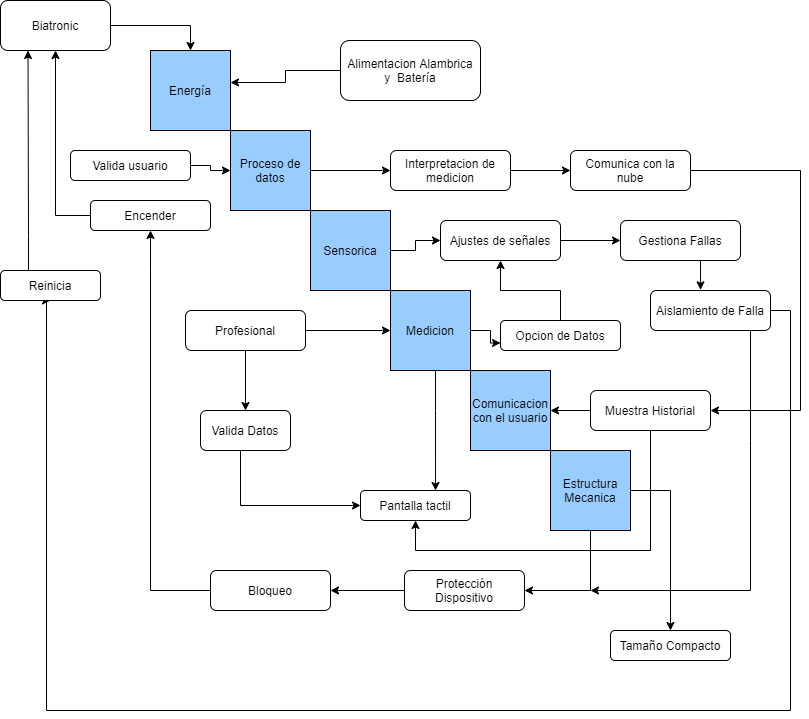
Above: segunda_fase/Arquitecturas de sistemas/Diagrama N2ChartSistemas.png in Angeloib98/BIATRONIC (draw.io), before the change. Source tidied: cells renumbered, new cells last; positions are measured from the earlier drawing's top-left corner, leaving out a move shared by most shapes.
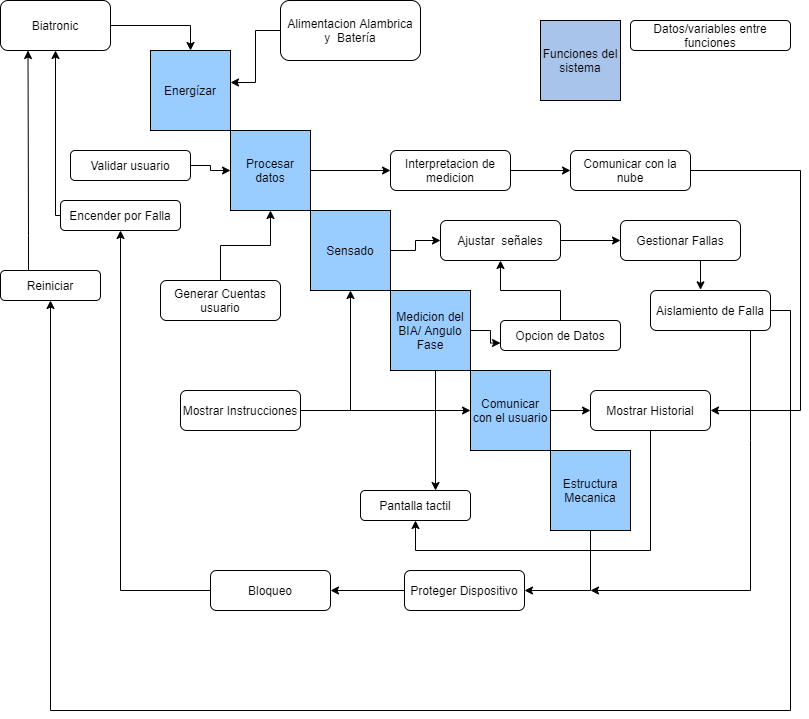
Above is the later version.

The edit, as a diff of the source:
```diff
@@ -2,19 +2,19 @@
   <root>
     <mxCell id="0" />
     <mxCell id="1" parent="0" />
-    <mxCell id="2" value="Energía" style="whiteSpace=wrap;html=1;fillColor=#99CCFF;" parent="1" vertex="1">
+    <mxCell id="2" value="Energízar" style="whiteSpace=wrap;html=1;fillColor=#99CCFF;" parent="1" vertex="1">
       <mxGeometry x="150" y="50" width="80" height="80" as="geometry" />
     </mxCell>
     <mxCell id="3" style="edgeStyle=orthogonalEdgeStyle;rounded=0;jettySize=auto;html=1;exitX=1;exitY=0.5;exitDx=0;exitDy=0;entryX=0;entryY=0.5;entryDx=0;entryDy=0;" parent="1" edge="1" source="4" target="28">
       <mxGeometry relative="1" as="geometry" />
     </mxCell>
-    <mxCell id="4" value="Proceso de datos" style="whiteSpace=wrap;html=1;fillColor=#99CCFF;" parent="1" vertex="1">
+    <mxCell id="4" value="Procesar datos" style="whiteSpace=wrap;html=1;fillColor=#99CCFF;" parent="1" vertex="1">
       <mxGeometry x="230" y="130" width="80" height="80" as="geometry" />
     </mxCell>
     <mxCell id="5" style="edgeStyle=orthogonalEdgeStyle;rounded=0;jettySize=auto;html=1;exitX=1;exitY=0.5;exitDx=0;exitDy=0;entryX=0;entryY=0.5;entryDx=0;entryDy=0;" parent="1" edge="1" source="6" target="22">
       <mxGeometry relative="1" as="geometry" />
     </mxCell>
-    <mxCell id="6" value="Sensorica" style="whiteSpace=wrap;html=1;fillColor=#99CCFF;" parent="1" vertex="1">
+    <mxCell id="6" value="Sensado" style="whiteSpace=wrap;html=1;fillColor=#99CCFF;" parent="1" vertex="1">
       <mxGeometry x="310" y="210" width="80" height="80" as="geometry" />
     </mxCell>
     <mxCell id="7" style="edgeStyle=orthogonalEdgeStyle;rounded=0;jettySize=auto;html=1;entryX=0;entryY=0.75;entryDx=0;entryDy=0;" parent="1" edge="1" source="9" target="37">
@@ -28,10 +28,13 @@
         </Array>
       </mxGeometry>
     </mxCell>
-    <mxCell id="9" value="Medicion" style="whiteSpace=wrap;html=1;fillColor=#99CCFF;" parent="1" vertex="1">
+    <mxCell id="9" value="Medicion del BIA/ Angulo Fase" style="whiteSpace=wrap;html=1;fillColor=#99CCFF;" parent="1" vertex="1">
       <mxGeometry x="390" y="290" width="80" height="80" as="geometry" />
     </mxCell>
+    <mxCell id="51" style="edgeStyle=orthogonalEdgeStyle;rounded=0;jettySize=auto;html=1;entryX=0;entryY=0.5;entryDx=0;entryDy=0;" parent="1" edge="1" source="10" target="42">
+      <mxGeometry relative="1" as="geometry" />
+    </mxCell>
-    <mxCell id="10" value="Comunicacion con el usuario" style="whiteSpace=wrap;html=1;fillColor=#99CCFF;" parent="1" vertex="1">
+    <mxCell id="10" value="Comunicar con el usuario" style="whiteSpace=wrap;html=1;fillColor=#99CCFF;" parent="1" vertex="1">
       <mxGeometry x="470" y="370" width="80" height="80" as="geometry" />
     </mxCell>
     <mxCell id="11" style="edgeStyle=orthogonalEdgeStyle;rounded=0;jettySize=auto;html=1;entryX=1;entryY=0.5;entryDx=0;entryDy=0;" parent="1" edge="1" source="13" target="45">
@@ -41,13 +44,6 @@
         </Array>
       </mxGeometry>
     </mxCell>
-    <mxCell id="12" style="edgeStyle=orthogonalEdgeStyle;rounded=0;jettySize=auto;html=1;entryX=0.5;entryY=0;entryDx=0;entryDy=0;" parent="1" edge="1" source="13" target="50">
-      <mxGeometry relative="1" as="geometry">
-        <Array as="points">
-          <mxPoint x="670" y="490" />
-        </Array>
-      </mxGeometry>
-    </mxCell>
     <mxCell id="13" value="Estructura Mecanica" style="whiteSpace=wrap;html=1;fillColor=#99CCFF;" parent="1" vertex="1">
       <mxGeometry x="550" y="450" width="80" height="80" as="geometry" />
     </mxCell>
@@ -57,41 +53,22 @@
     <mxCell id="15" value="Biatronic" style="rounded=1;whiteSpace=wrap;html=1;" parent="1" vertex="1">
       <mxGeometry width="110" height="50" as="geometry" />
     </mxCell>
-    <mxCell id="16" style="edgeStyle=orthogonalEdgeStyle;rounded=0;jettySize=auto;html=1;exitX=1;exitY=0.5;exitDx=0;exitDy=0;entryX=0;entryY=0.5;entryDx=0;entryDy=0;" parent="1" edge="1" source="18" target="9">
-      <mxGeometry relative="1" as="geometry" />
-    </mxCell>
-    <mxCell id="17" style="edgeStyle=orthogonalEdgeStyle;rounded=0;jettySize=auto;html=1;exitX=0.5;exitY=1;exitDx=0;exitDy=0;entryX=0.5;entryY=0;entryDx=0;entryDy=0;" parent="1" edge="1" source="18" target="20">
-      <mxGeometry relative="1" as="geometry" />
-    </mxCell>
-    <mxCell id="18" value="Profesional" style="rounded=1;whiteSpace=wrap;html=1;" parent="1" vertex="1">
-      <mxGeometry x="185" y="310" width="120" height="40" as="geometry" />
-    </mxCell>
-    <mxCell id="19" style="edgeStyle=orthogonalEdgeStyle;rounded=0;jettySize=auto;html=1;entryX=0;entryY=0.5;entryDx=0;entryDy=0;" parent="1" edge="1" source="20" target="43">
-      <mxGeometry relative="1" as="geometry">
-        <Array as="points">
-          <mxPoint x="240" y="505" />
-        </Array>
-      </mxGeometry>
-    </mxCell>
-    <mxCell id="20" value="Valida Datos" style="rounded=1;whiteSpace=wrap;html=1;" parent="1" vertex="1">
-      <mxGeometry x="200" y="410" width="90" height="40" as="geometry" />
-    </mxCell>
     <mxCell id="21" style="edgeStyle=orthogonalEdgeStyle;rounded=0;jettySize=auto;html=1;exitX=1;exitY=0.5;exitDx=0;exitDy=0;" parent="1" edge="1" source="22" target="32">
       <mxGeometry relative="1" as="geometry" />
     </mxCell>
-    <mxCell id="22" value="Ajustes de señales" style="rounded=1;whiteSpace=wrap;html=1;" parent="1" vertex="1">
+    <mxCell id="22" value="Ajustar&amp;nbsp; señales" style="rounded=1;whiteSpace=wrap;html=1;" parent="1" vertex="1">
       <mxGeometry x="440" y="220" width="120" height="40" as="geometry" />
     </mxCell>
     <mxCell id="23" style="edgeStyle=orthogonalEdgeStyle;rounded=0;jettySize=auto;html=1;entryX=1;entryY=0.4;entryDx=0;entryDy=0;entryPerimeter=0;" parent="1" edge="1" source="24" target="2">
       <mxGeometry relative="1" as="geometry" />
     </mxCell>
     <mxCell id="24" value="Alimentacion Alambrica y&amp;nbsp; Batería" style="rounded=1;whiteSpace=wrap;html=1;" parent="1" vertex="1">
-      <mxGeometry x="340" y="40" width="140" height="60" as="geometry" />
+      <mxGeometry x="280" width="140" height="60" as="geometry" />
     </mxCell>
     <mxCell id="25" style="edgeStyle=orthogonalEdgeStyle;rounded=0;jettySize=auto;html=1;entryX=0;entryY=0.5;entryDx=0;entryDy=0;" parent="1" edge="1" source="26" target="4">
       <mxGeometry relative="1" as="geometry" />
     </mxCell>
-    <mxCell id="26" value="Valida usuario" style="rounded=1;whiteSpace=wrap;html=1;" parent="1" vertex="1">
+    <mxCell id="26" value="Validar usuario" style="rounded=1;whiteSpace=wrap;html=1;" parent="1" vertex="1">
       <mxGeometry x="70" y="150" width="120" height="30" as="geometry" />
     </mxCell>
     <mxCell id="27" style="edgeStyle=orthogonalEdgeStyle;rounded=0;jettySize=auto;html=1;exitX=1;exitY=0.5;exitDx=0;exitDy=0;" parent="1" edge="1" source="28" target="30">
@@ -108,13 +85,13 @@
         </Array>
       </mxGeometry>
     </mxCell>
-    <mxCell id="30" value="Comunica con la nube" style="rounded=1;whiteSpace=wrap;html=1;" parent="1" vertex="1">
+    <mxCell id="30" value="Comunicar con la nube" style="rounded=1;whiteSpace=wrap;html=1;" parent="1" vertex="1">
       <mxGeometry x="570" y="150" width="120" height="40" as="geometry" />
     </mxCell>
     <mxCell id="31" style="edgeStyle=orthogonalEdgeStyle;rounded=0;jettySize=auto;html=1;exitX=0.5;exitY=1;exitDx=0;exitDy=0;entryX=0.417;entryY=-0.017;entryDx=0;entryDy=0;entryPerimeter=0;" parent="1" edge="1" source="32" target="35">
       <mxGeometry relative="1" as="geometry" />
     </mxCell>
-    <mxCell id="32" value="Gestiona Fallas" style="rounded=1;whiteSpace=wrap;html=1;" parent="1" vertex="1">
+    <mxCell id="32" value="Gestionar Fallas" style="rounded=1;whiteSpace=wrap;html=1;" parent="1" vertex="1">
       <mxGeometry x="620" y="220" width="120" height="40" as="geometry" />
     </mxCell>
     <mxCell id="33" style="edgeStyle=orthogonalEdgeStyle;rounded=0;jettySize=auto;html=1;exitX=1;exitY=0.5;exitDx=0;exitDy=0;entryX=0.5;entryY=1;entryDx=0;entryDy=0;" parent="1" edge="1" source="35" target="39">
@@ -122,8 +99,7 @@
         <Array as="points">
           <mxPoint x="790" y="310" />
           <mxPoint x="790" y="710" />
-          <mxPoint x="46" y="710" />
-          <mxPoint x="46" y="300" />
+          <mxPoint x="50" y="710" />
         </Array>
       </mxGeometry>
     </mxCell>
@@ -153,12 +129,9 @@
         </Array>
       </mxGeometry>
     </mxCell>
-    <mxCell id="39" value="Reinicia" style="rounded=1;whiteSpace=wrap;html=1;" parent="1" vertex="1">
+    <mxCell id="39" value="Reiniciar" style="rounded=1;whiteSpace=wrap;html=1;" parent="1" vertex="1">
       <mxGeometry y="270" width="100" height="30" as="geometry" />
     </mxCell>
-    <mxCell id="40" style="edgeStyle=orthogonalEdgeStyle;rounded=0;jettySize=auto;html=1;entryX=1;entryY=0.5;entryDx=0;entryDy=0;" parent="1" edge="1" source="42" target="10">
-      <mxGeometry relative="1" as="geometry" />
-    </mxCell>
     <mxCell id="41" style="edgeStyle=orthogonalEdgeStyle;rounded=0;jettySize=auto;html=1;exitX=0.5;exitY=1;exitDx=0;exitDy=0;entryX=0.5;entryY=1;entryDx=0;entryDy=0;" parent="1" edge="1" source="42" target="43">
       <mxGeometry relative="1" as="geometry">
         <Array as="points">
@@ -167,7 +140,7 @@
         </Array>
       </mxGeometry>
     </mxCell>
-    <mxCell id="42" value="Muestra Historial" style="rounded=1;whiteSpace=wrap;html=1;" parent="1" vertex="1">
+    <mxCell id="42" value="Mostrar Historial" style="rounded=1;whiteSpace=wrap;html=1;" parent="1" vertex="1">
       <mxGeometry x="590" y="390" width="120" height="40" as="geometry" />
     </mxCell>
     <mxCell id="43" value="Pantalla tactil" style="rounded=1;whiteSpace=wrap;html=1;" parent="1" vertex="1">
@@ -176,15 +149,13 @@
     <mxCell id="44" style="edgeStyle=orthogonalEdgeStyle;rounded=0;jettySize=auto;html=1;exitX=0;exitY=0.5;exitDx=0;exitDy=0;entryX=1;entryY=0.5;entryDx=0;entryDy=0;" parent="1" edge="1" source="45" target="47">
       <mxGeometry relative="1" as="geometry" />
     </mxCell>
-    <mxCell id="45" value="Protección Dispositivo" style="rounded=1;whiteSpace=wrap;html=1;" parent="1" vertex="1">
+    <mxCell id="45" value="Proteger Dispositivo" style="rounded=1;whiteSpace=wrap;html=1;" parent="1" vertex="1">
       <mxGeometry x="404" y="570" width="120" height="40" as="geometry" />
     </mxCell>
-    <mxCell id="46" style="edgeStyle=orthogonalEdgeStyle;rounded=0;jettySize=auto;html=1;exitX=0;exitY=0.5;exitDx=0;exitDy=0;" parent="1" edge="1" source="47">
+    <mxCell id="46" style="edgeStyle=orthogonalEdgeStyle;rounded=0;jettySize=auto;html=1;exitX=0;exitY=0.5;exitDx=0;exitDy=0;entryX=0.5;entryY=1;entryDx=0;entryDy=0;" parent="1" edge="1" source="47" target="49">
       <mxGeometry relative="1" as="geometry">
-        <mxPoint x="150" y="230" as="targetPoint" />
         <Array as="points">
-          <mxPoint x="150" y="590" />
-          <mxPoint x="150" y="270" />
+          <mxPoint x="120" y="590" />
         </Array>
       </mxGeometry>
     </mxCell>
@@ -198,11 +169,29 @@
         </Array>
       </mxGeometry>
     </mxCell>
-    <mxCell id="49" value="Encender" style="rounded=1;whiteSpace=wrap;html=1;fillColor=#FFFFFF;" parent="1" vertex="1">
-      <mxGeometry x="90" y="200" width="120" height="30" as="geometry" />
+    <mxCell id="49" value="Encender por Falla" style="rounded=1;whiteSpace=wrap;html=1;fillColor=#FFFFFF;" parent="1" vertex="1">
+      <mxGeometry x="60" y="200" width="120" height="30" as="geometry" />
     </mxCell>
-    <mxCell id="50" value="Tamaño Compacto" style="rounded=1;whiteSpace=wrap;html=1;fillColor=#FFFFFF;" parent="1" vertex="1">
-      <mxGeometry x="610" y="630" width="120" height="30" as="geometry" />
-    </mxCell>
+    <mxCell id="52" value="Datos/variables entre funciones" style="rounded=1;whiteSpace=wrap;html=1;" parent="1" vertex="1">
+      <mxGeometry x="630" y="20" width="160" height="30" as="geometry" />
+    </mxCell>
+    <mxCell id="53" value="Funciones del sistema" style="whiteSpace=wrap;html=1;fillColor=#A9C4EB;" parent="1" vertex="1">
+      <mxGeometry x="540" y="20" width="80" height="80" as="geometry" />
+    </mxCell>
+    <mxCell id="54" style="edgeStyle=orthogonalEdgeStyle;rounded=0;jettySize=auto;html=1;entryX=0.5;entryY=1;entryDx=0;entryDy=0;" parent="1" edge="1" source="55" target="4">
+      <mxGeometry relative="1" as="geometry" />
+    </mxCell>
+    <mxCell id="55" value="Generar Cuentas usuario" style="rounded=1;whiteSpace=wrap;html=1;" parent="1" vertex="1">
+      <mxGeometry x="160" y="280" width="120" height="40" as="geometry" />
+    </mxCell>
+    <mxCell id="56" style="edgeStyle=orthogonalEdgeStyle;rounded=0;jettySize=auto;html=1;" parent="1" edge="1" source="58" target="10">
+      <mxGeometry relative="1" as="geometry" />
+    </mxCell>
+    <mxCell id="57" style="edgeStyle=orthogonalEdgeStyle;rounded=0;jettySize=auto;html=1;entryX=0.5;entryY=1;entryDx=0;entryDy=0;" parent="1" edge="1" source="58" target="6">
+      <mxGeometry relative="1" as="geometry" />
+    </mxCell>
+    <mxCell id="58" value="Mostrar Instrucciones" style="rounded=1;whiteSpace=wrap;html=1;" parent="1" vertex="1">
+      <mxGeometry x="180" y="390" width="120" height="40" as="geometry" />
+    </mxCell>
   </root>
 </mxGraphModel>
```
